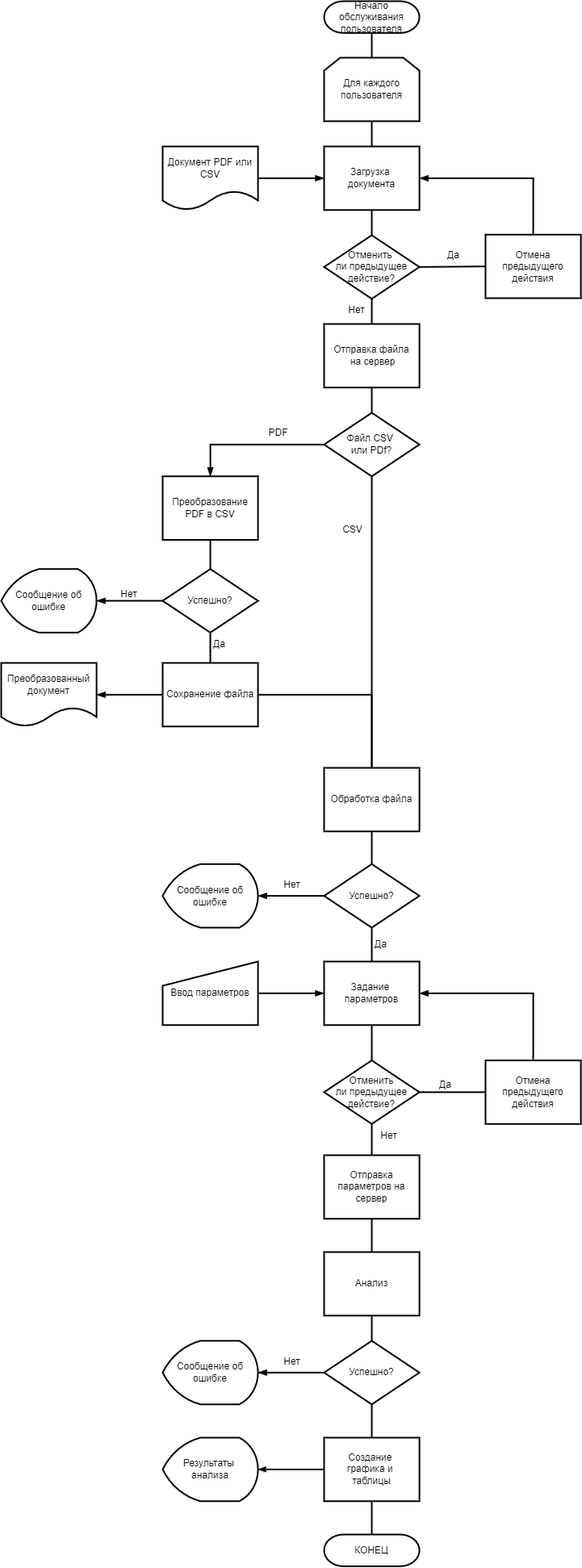
SenchaBrest/report keeps this draw.io diagram as схемы/схема_работы_системы.png. Above is the earlier version. Source tidied: cells renumbered, new cells last; positions are measured from the earlier drawing's top-left corner, leaving out a move shared by most shapes. Its diagram source:
```xml
<mxGraphModel>
  <root>
    <mxCell id="0" />
    <mxCell id="1" parent="0" />
    <mxCell id="2" style="edgeStyle=orthogonalEdgeStyle;html=1;exitX=0.5;exitY=1;exitDx=0;exitDy=0;entryX=0.5;entryY=0;entryDx=0;entryDy=0;exitPerimeter=0;endArrow=none;endFill=0;strokeWidth=2;" parent="1" edge="1" source="3" target="15">
      <mxGeometry relative="1" as="geometry" />
    </mxCell>
    <mxCell id="3" value="Начало обслуживания пользователя" style="strokeWidth=2;html=1;shape=(stored shape, 460 characters);whiteSpace=wrap;" parent="1" vertex="1">
      <mxGeometry x="400" width="118.1" height="39.4" as="geometry" />
    </mxCell>
    <mxCell id="4" style="edgeStyle=none;html=1;exitX=0.5;exitY=1;exitDx=0;exitDy=0;entryX=0.5;entryY=0;entryDx=0;entryDy=0;endArrow=none;endFill=0;strokeWidth=2;" parent="1" edge="1" source="6" target="8">
      <mxGeometry relative="1" as="geometry" />
    </mxCell>
    <mxCell id="5" style="edgeStyle=none;html=1;exitX=1;exitY=0.5;exitDx=0;exitDy=0;entryX=0;entryY=0.5;entryDx=0;entryDy=0;endArrow=none;endFill=0;strokeWidth=2;" parent="1" edge="1" source="6" target="39">
      <mxGeometry relative="1" as="geometry" />
    </mxCell>
    <mxCell id="6" value="&lt;div&gt;&lt;font color=&quot;#000000&quot;&gt;Отменить&amp;nbsp;&lt;/font&gt;&lt;/div&gt;&lt;div&gt;ли предыдущее действие&lt;span style=&quot;background-color: transparent;&quot;&gt;?&lt;/span&gt;&lt;/div&gt;" style="rhombus;whiteSpace=wrap;html=1;strokeWidth=2;" parent="1" vertex="1">
      <mxGeometry x="400" y="290" width="118.1" height="78.7" as="geometry" />
    </mxCell>
    <mxCell id="7" style="edgeStyle=none;html=1;exitX=0.5;exitY=1;exitDx=0;exitDy=0;entryX=0.5;entryY=0;entryDx=0;entryDy=0;endArrow=none;endFill=0;strokeWidth=2;" parent="1" edge="1" source="8" target="11">
      <mxGeometry relative="1" as="geometry" />
    </mxCell>
    <mxCell id="8" value="Отправка файла&lt;div&gt;&amp;nbsp;на сервер&lt;/div&gt;" style="rounded=0;whiteSpace=wrap;html=1;strokeWidth=2;" parent="1" vertex="1">
      <mxGeometry x="400" y="400" width="118.1" height="78.7" as="geometry" />
    </mxCell>
    <mxCell id="9" style="edgeStyle=orthogonalEdgeStyle;html=1;exitX=0;exitY=0.5;exitDx=0;exitDy=0;entryX=0.5;entryY=0;entryDx=0;entryDy=0;endArrow=blockThin;endFill=1;rounded=0;curved=0;strokeWidth=2;" parent="1" edge="1" source="11" target="19">
      <mxGeometry relative="1" as="geometry" />
    </mxCell>
    <mxCell id="10" style="edgeStyle=none;html=1;exitX=0.5;exitY=1;exitDx=0;exitDy=0;entryX=0.5;entryY=0;entryDx=0;entryDy=0;endArrow=none;endFill=0;strokeWidth=2;" parent="1" edge="1" source="11" target="21">
      <mxGeometry relative="1" as="geometry" />
    </mxCell>
    <mxCell id="11" value="Файл CSV&amp;nbsp;&lt;div&gt;или PDf?&lt;/div&gt;" style="rhombus;whiteSpace=wrap;html=1;strokeWidth=2;" parent="1" vertex="1">
      <mxGeometry x="400" y="510" width="118.1" height="78.7" as="geometry" />
    </mxCell>
    <mxCell id="12" style="edgeStyle=none;html=1;exitX=0.5;exitY=1;exitDx=0;exitDy=0;entryX=0.5;entryY=0;entryDx=0;entryDy=0;endArrow=none;endFill=0;strokeWidth=2;" parent="1" edge="1" source="13" target="6">
      <mxGeometry relative="1" as="geometry" />
    </mxCell>
    <mxCell id="13" value="Загрузка&amp;nbsp;&lt;div&gt;документа&lt;/div&gt;" style="rounded=0;whiteSpace=wrap;html=1;strokeWidth=2;" parent="1" vertex="1">
      <mxGeometry x="400" y="180" width="118.1" height="78.7" as="geometry" />
    </mxCell>
    <mxCell id="14" style="edgeStyle=none;html=1;exitX=0.5;exitY=1;exitDx=0;exitDy=0;entryX=0.5;entryY=0;entryDx=0;entryDy=0;endArrow=none;endFill=0;strokeWidth=2;" parent="1" edge="1" source="15" target="13">
      <mxGeometry relative="1" as="geometry" />
    </mxCell>
    <mxCell id="15" value="Для каждого пользователя" style="shape=loopLimit;whiteSpace=wrap;html=1;strokeWidth=2;" parent="1" vertex="1">
      <mxGeometry x="400" y="70" width="118.1" height="78.7" as="geometry" />
    </mxCell>
    <mxCell id="16" style="edgeStyle=none;html=1;exitX=1;exitY=0.5;exitDx=0;exitDy=0;entryX=0;entryY=0.5;entryDx=0;entryDy=0;endArrow=blockThin;endFill=1;strokeWidth=2;" parent="1" edge="1" source="17" target="13">
      <mxGeometry relative="1" as="geometry" />
    </mxCell>
    <mxCell id="17" value="Документ PDF или CSV" style="shape=document;whiteSpace=wrap;html=1;boundedLbl=1;strokeWidth=2;" parent="1" vertex="1">
      <mxGeometry x="200" y="180" width="118.1" height="78.7" as="geometry" />
    </mxCell>
    <mxCell id="18" style="edgeStyle=none;html=1;exitX=0.5;exitY=1;exitDx=0;exitDy=0;entryX=0.5;entryY=0;entryDx=0;entryDy=0;endArrow=none;endFill=0;strokeWidth=2;" parent="1" edge="1" source="19" target="52">
      <mxGeometry relative="1" as="geometry" />
    </mxCell>
    <mxCell id="19" value="Преобразование PDF в CSV" style="rounded=0;whiteSpace=wrap;html=1;strokeWidth=2;" parent="1" vertex="1">
      <mxGeometry x="200" y="588.7" width="118.1" height="78.7" as="geometry" />
    </mxCell>
    <mxCell id="20" style="edgeStyle=none;html=1;exitX=0.5;exitY=1;exitDx=0;exitDy=0;entryX=0.5;entryY=0;entryDx=0;entryDy=0;endArrow=none;endFill=0;strokeWidth=2;" parent="1" edge="1" source="21" target="26">
      <mxGeometry relative="1" as="geometry" />
    </mxCell>
    <mxCell id="21" value="Обработка файла" style="rounded=0;whiteSpace=wrap;html=1;strokeWidth=2;" parent="1" vertex="1">
      <mxGeometry x="400" y="950" width="118.1" height="78.7" as="geometry" />
    </mxCell>
    <mxCell id="22" value="Преобразованный документ" style="shape=document;whiteSpace=wrap;html=1;boundedLbl=1;strokeWidth=2;" parent="1" vertex="1">
      <mxGeometry y="820" width="118.1" height="78.7" as="geometry" />
    </mxCell>
    <mxCell id="23" style="edgeStyle=none;html=1;endArrow=blockThin;endFill=1;exitX=0;exitY=0.5;exitDx=0;exitDy=0;entryX=1;entryY=0.5;entryDx=0;entryDy=0;strokeWidth=2;" parent="1" edge="1" source="54" target="22">
      <mxGeometry relative="1" as="geometry" />
    </mxCell>
    <mxCell id="24" style="edgeStyle=none;html=1;exitX=0.5;exitY=1;exitDx=0;exitDy=0;entryX=0.5;entryY=0;entryDx=0;entryDy=0;endArrow=none;endFill=0;strokeWidth=2;" parent="1" edge="1" source="26" target="28">
      <mxGeometry relative="1" as="geometry" />
    </mxCell>
    <mxCell id="25" style="edgeStyle=none;html=1;exitX=0;exitY=0.5;exitDx=0;exitDy=0;entryX=1;entryY=0.5;entryDx=0;entryDy=0;entryPerimeter=0;endArrow=blockThin;endFill=1;strokeWidth=2;" parent="1" edge="1" source="26" target="59">
      <mxGeometry relative="1" as="geometry" />
    </mxCell>
    <mxCell id="26" value="Успешно?" style="rhombus;whiteSpace=wrap;html=1;strokeWidth=2;" parent="1" vertex="1">
      <mxGeometry x="400" y="1069.3" width="118.1" height="78.7" as="geometry" />
    </mxCell>
    <mxCell id="27" style="edgeStyle=none;html=1;exitX=0.5;exitY=1;exitDx=0;exitDy=0;entryX=0.5;entryY=0;entryDx=0;entryDy=0;endArrow=none;endFill=0;strokeWidth=2;" parent="1" edge="1" source="28" target="33">
      <mxGeometry relative="1" as="geometry" />
    </mxCell>
    <mxCell id="28" value="Задание&amp;nbsp;&lt;div&gt;параметров&lt;/div&gt;" style="rounded=0;whiteSpace=wrap;html=1;strokeWidth=2;" parent="1" vertex="1">
      <mxGeometry x="400" y="1190" width="118.1" height="78.7" as="geometry" />
    </mxCell>
    <mxCell id="29" style="edgeStyle=none;html=1;exitX=1;exitY=0.5;exitDx=0;exitDy=0;entryX=0;entryY=0.5;entryDx=0;entryDy=0;endArrow=blockThin;endFill=1;strokeWidth=2;" parent="1" edge="1" source="30" target="28">
      <mxGeometry relative="1" as="geometry" />
    </mxCell>
    <mxCell id="30" value="Ввод параметров" style="shape=manualInput;whiteSpace=wrap;html=1;strokeWidth=2;" parent="1" vertex="1">
      <mxGeometry x="200" y="1190" width="118.1" height="78.7" as="geometry" />
    </mxCell>
    <mxCell id="31" style="edgeStyle=orthogonalEdgeStyle;html=1;exitX=1;exitY=0.5;exitDx=0;exitDy=0;entryX=0;entryY=0.5;entryDx=0;entryDy=0;rounded=0;curved=0;endArrow=none;endFill=0;strokeWidth=2;" parent="1" edge="1" source="33" target="41">
      <mxGeometry relative="1" as="geometry" />
    </mxCell>
    <mxCell id="32" style="edgeStyle=none;html=1;exitX=0.5;exitY=1;exitDx=0;exitDy=0;entryX=0.5;entryY=0;entryDx=0;entryDy=0;endArrow=none;endFill=0;strokeWidth=2;" parent="1" edge="1" source="33" target="35">
      <mxGeometry relative="1" as="geometry" />
    </mxCell>
    <mxCell id="33" value="Отменить&lt;div&gt;ли предыдущее действие?&lt;/div&gt;" style="rhombus;whiteSpace=wrap;html=1;strokeWidth=2;" parent="1" vertex="1">
      <mxGeometry x="400" y="1312.5" width="118.1" height="78.7" as="geometry" />
    </mxCell>
    <mxCell id="34" style="edgeStyle=none;html=1;exitX=0.5;exitY=1;exitDx=0;exitDy=0;entryX=0.5;entryY=0;entryDx=0;entryDy=0;endArrow=none;endFill=0;strokeWidth=2;" parent="1" edge="1" source="35" target="65">
      <mxGeometry relative="1" as="geometry" />
    </mxCell>
    <mxCell id="35" value="Отправка параметров на сервер" style="rounded=0;whiteSpace=wrap;html=1;strokeWidth=2;" parent="1" vertex="1">
      <mxGeometry x="400" y="1430" width="118.1" height="78.7" as="geometry" />
    </mxCell>
    <mxCell id="36" style="edgeStyle=none;html=1;exitX=0.5;exitY=1;exitDx=0;exitDy=0;entryX=0.5;entryY=0;entryDx=0;entryDy=0;strokeWidth=2;endArrow=none;endFill=0;" parent="1" edge="1" source="37" target="44">
      <mxGeometry relative="1" as="geometry" />
    </mxCell>
    <mxCell id="37" value="Успешно?" style="rhombus;whiteSpace=wrap;html=1;strokeWidth=2;" parent="1" vertex="1">
      <mxGeometry x="400" y="1660" width="118.1" height="78.7" as="geometry" />
    </mxCell>
    <mxCell id="38" style="edgeStyle=orthogonalEdgeStyle;html=1;exitX=0.5;exitY=0;exitDx=0;exitDy=0;entryX=1;entryY=0.5;entryDx=0;entryDy=0;endArrow=blockThin;endFill=1;rounded=0;curved=0;strokeWidth=2;" parent="1" edge="1" source="39" target="13">
      <mxGeometry relative="1" as="geometry" />
    </mxCell>
    <mxCell id="39" value="Отмена&lt;div&gt;предыдущего действия&lt;/div&gt;" style="rounded=0;whiteSpace=wrap;html=1;strokeWidth=2;" parent="1" vertex="1">
      <mxGeometry x="600" y="289.3" width="118.1" height="78.7" as="geometry" />
    </mxCell>
    <mxCell id="40" style="edgeStyle=orthogonalEdgeStyle;html=1;exitX=0.5;exitY=0;exitDx=0;exitDy=0;entryX=1;entryY=0.5;entryDx=0;entryDy=0;endArrow=blockThin;endFill=1;rounded=0;curved=0;strokeWidth=2;" parent="1" edge="1" source="41" target="28">
      <mxGeometry relative="1" as="geometry" />
    </mxCell>
    <mxCell id="41" value="Отмена предыдущего действия" style="rounded=0;whiteSpace=wrap;html=1;strokeWidth=2;" parent="1" vertex="1">
      <mxGeometry x="600" y="1312.5" width="118.1" height="78.7" as="geometry" />
    </mxCell>
    <mxCell id="42" value="Результаты&amp;nbsp;&lt;div&gt;анализа&lt;/div&gt;" style="strokeWidth=2;html=1;shape=mxgraph.flowchart.display;whiteSpace=wrap;" parent="1" vertex="1">
      <mxGeometry x="200" y="1780" width="118.1" height="78.7" as="geometry" />
    </mxCell>
    <mxCell id="43" style="edgeStyle=none;html=1;exitX=0.5;exitY=1;exitDx=0;exitDy=0;entryX=0.5;entryY=0;entryDx=0;entryDy=0;entryPerimeter=0;strokeWidth=2;endArrow=none;endFill=0;" parent="1" edge="1" source="44" target="46">
      <mxGeometry relative="1" as="geometry" />
    </mxCell>
    <mxCell id="44" value="Создание&amp;nbsp;&lt;div&gt;графика&amp;nbsp;&lt;span style=&quot;background-color: transparent;&quot;&gt;и&amp;nbsp;&lt;/span&gt;&lt;/div&gt;&lt;div&gt;таблицы&lt;/div&gt;" style="rounded=0;whiteSpace=wrap;html=1;strokeWidth=2;" parent="1" vertex="1">
      <mxGeometry x="400" y="1780" width="118.1" height="78.7" as="geometry" />
    </mxCell>
    <mxCell id="45" style="edgeStyle=none;html=1;exitX=0;exitY=0.5;exitDx=0;exitDy=0;entryX=1;entryY=0.5;entryDx=0;entryDy=0;entryPerimeter=0;strokeWidth=2;endArrow=openThin;endFill=0;" parent="1" edge="1" source="44" target="42">
      <mxGeometry relative="1" as="geometry" />
    </mxCell>
    <mxCell id="46" value="КОНЕЦ" style="strokeWidth=2;html=1;shape=(stored shape, 460 characters);whiteSpace=wrap;" parent="1" vertex="1">
      <mxGeometry x="400" y="1900" width="118.1" height="39.4" as="geometry" />
    </mxCell>
    <mxCell id="47" value="Да" style="text;html=1;align=center;verticalAlign=middle;strokeColor=none;fillColor=none;strokeWidth=2;" parent="1" vertex="1">
      <mxGeometry x="540" y="300" width="40" height="30" as="geometry" />
    </mxCell>
    <mxCell id="48" value="Нет" style="text;html=1;align=center;verticalAlign=middle;strokeColor=none;fillColor=none;strokeWidth=2;" parent="1" vertex="1">
      <mxGeometry x="420" y="368" width="40" height="30" as="geometry" />
    </mxCell>
    <mxCell id="49" value="PDF" style="text;html=1;align=center;verticalAlign=middle;strokeColor=none;fillColor=none;strokeWidth=2;" parent="1" vertex="1">
      <mxGeometry x="318.1" y="520" width="50" height="30" as="geometry" />
    </mxCell>
    <mxCell id="50" value="CSV" style="text;html=1;align=center;verticalAlign=middle;strokeColor=none;fillColor=none;strokeWidth=2;" parent="1" vertex="1">
      <mxGeometry x="410" y="640" width="50" height="30" as="geometry" />
    </mxCell>
    <mxCell id="51" style="edgeStyle=none;html=1;exitX=0.5;exitY=1;exitDx=0;exitDy=0;entryX=0.5;entryY=0;entryDx=0;entryDy=0;strokeWidth=2;endArrow=none;endFill=0;" parent="1" edge="1" source="52" target="54">
      <mxGeometry relative="1" as="geometry" />
    </mxCell>
    <mxCell id="52" value="Успешно?" style="rhombus;whiteSpace=wrap;html=1;strokeWidth=2;" parent="1" vertex="1">
      <mxGeometry x="200" y="703.6" width="118.1" height="78.7" as="geometry" />
    </mxCell>
    <mxCell id="53" style="edgeStyle=orthogonalEdgeStyle;html=1;exitX=1;exitY=0.5;exitDx=0;exitDy=0;entryX=0.5;entryY=0;entryDx=0;entryDy=0;endArrow=none;endFill=0;rounded=0;curved=0;strokeWidth=2;" parent="1" edge="1" source="54" target="21">
      <mxGeometry relative="1" as="geometry" />
    </mxCell>
    <mxCell id="54" value="Сохранение файла" style="rounded=0;whiteSpace=wrap;html=1;strokeWidth=2;" parent="1" vertex="1">
      <mxGeometry x="200" y="820" width="118.1" height="78.7" as="geometry" />
    </mxCell>
    <mxCell id="55" value="Да" style="text;html=1;align=center;verticalAlign=middle;strokeColor=none;fillColor=none;strokeWidth=2;" parent="1" vertex="1">
      <mxGeometry x="250" y="782.4" width="40" height="30" as="geometry" />
    </mxCell>
    <mxCell id="56" value="Сообщение об ошибке" style="strokeWidth=2;html=1;shape=mxgraph.flowchart.display;whiteSpace=wrap;" parent="1" vertex="1">
      <mxGeometry y="703.6" width="118.1" height="78.7" as="geometry" />
    </mxCell>
    <mxCell id="57" style="edgeStyle=none;html=1;exitX=0;exitY=0.5;exitDx=0;exitDy=0;entryX=1;entryY=0.5;entryDx=0;entryDy=0;entryPerimeter=0;strokeWidth=2;endArrow=blockThin;endFill=1;" parent="1" edge="1" source="52" target="56">
      <mxGeometry relative="1" as="geometry" />
    </mxCell>
    <mxCell id="58" value="Нет" style="text;html=1;align=center;verticalAlign=middle;strokeColor=none;fillColor=none;strokeWidth=2;" parent="1" vertex="1">
      <mxGeometry x="138.1" y="720" width="40" height="30" as="geometry" />
    </mxCell>
    <mxCell id="59" value="Сообщение об ошибке" style="strokeWidth=2;html=1;shape=mxgraph.flowchart.display;whiteSpace=wrap;" parent="1" vertex="1">
      <mxGeometry x="200" y="1069.3" width="118.1" height="78.7" as="geometry" />
    </mxCell>
    <mxCell id="60" value="Нет" style="text;html=1;align=center;verticalAlign=middle;strokeColor=none;fillColor=none;strokeWidth=2;" parent="1" vertex="1">
      <mxGeometry x="340" y="1080" width="40" height="30" as="geometry" />
    </mxCell>
    <mxCell id="61" value="Да" style="text;html=1;align=center;verticalAlign=middle;strokeColor=none;fillColor=none;strokeWidth=2;" parent="1" vertex="1">
      <mxGeometry x="450" y="1154" width="40" height="30" as="geometry" />
    </mxCell>
    <mxCell id="62" value="Да" style="text;html=1;align=center;verticalAlign=middle;strokeColor=none;fillColor=none;strokeWidth=2;" parent="1" vertex="1">
      <mxGeometry x="530" y="1328" width="40" height="30" as="geometry" />
    </mxCell>
    <mxCell id="63" value="Нет" style="text;html=1;align=center;verticalAlign=middle;strokeColor=none;fillColor=none;strokeWidth=2;" parent="1" vertex="1">
      <mxGeometry x="460" y="1391.3" width="40" height="30" as="geometry" />
    </mxCell>
    <mxCell id="64" style="edgeStyle=none;html=1;exitX=0.5;exitY=1;exitDx=0;exitDy=0;entryX=0.5;entryY=0;entryDx=0;entryDy=0;endArrow=none;endFill=0;strokeWidth=2;" parent="1" edge="1" source="65" target="37">
      <mxGeometry relative="1" as="geometry" />
    </mxCell>
    <mxCell id="65" value="Анализ" style="rounded=0;whiteSpace=wrap;html=1;strokeWidth=2;" parent="1" vertex="1">
      <mxGeometry x="400" y="1550" width="118.1" height="78.7" as="geometry" />
    </mxCell>
    <mxCell id="66" style="edgeStyle=none;html=1;exitX=0;exitY=0.5;exitDx=0;exitDy=0;entryX=1;entryY=0.5;entryDx=0;entryDy=0;entryPerimeter=0;endArrow=blockThin;endFill=1;strokeWidth=2;" parent="1" edge="1" source="37" target="67">
      <mxGeometry relative="1" as="geometry" />
    </mxCell>
    <mxCell id="67" value="Сообщение об ошибке" style="strokeWidth=2;html=1;shape=mxgraph.flowchart.display;whiteSpace=wrap;" parent="1" vertex="1">
      <mxGeometry x="200" y="1660" width="118.1" height="78.7" as="geometry" />
    </mxCell>
    <mxCell id="68" value="Нет" style="text;html=1;align=center;verticalAlign=middle;strokeColor=none;fillColor=none;strokeWidth=2;" parent="1" vertex="1">
      <mxGeometry x="340" y="1670.7" width="40" height="30" as="geometry" />
    </mxCell>
  </root>
</mxGraphModel>
```
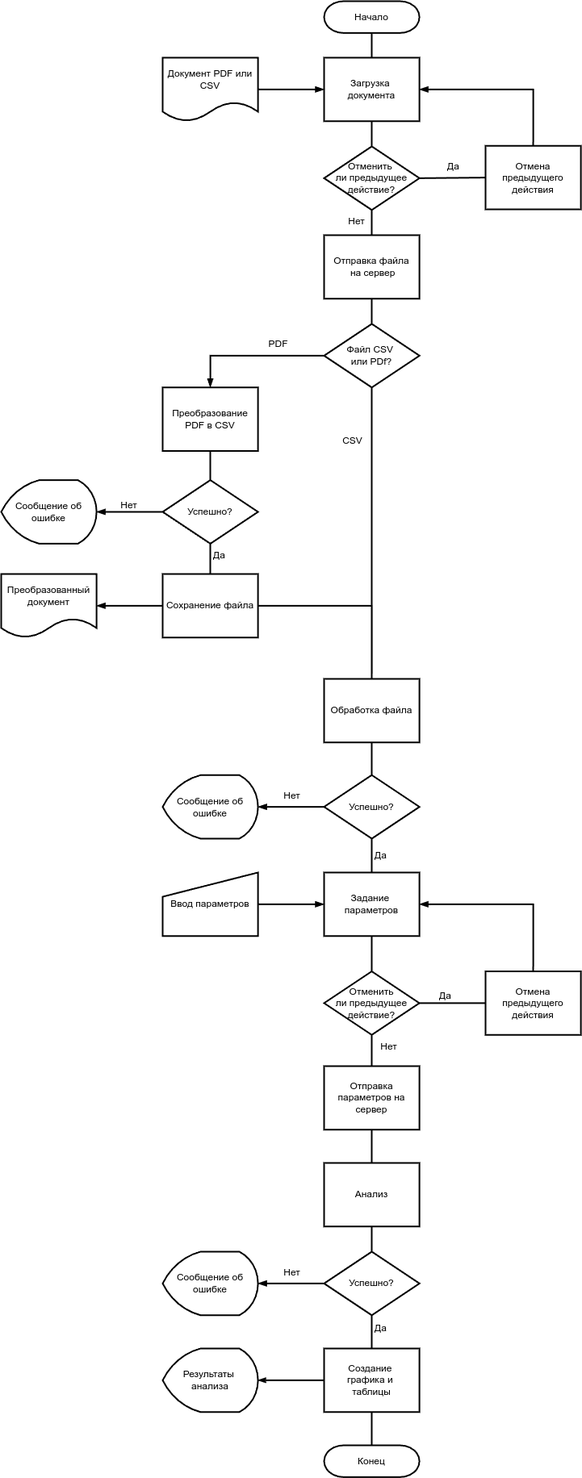
The same diagram one commit later.

Change to the diagram source:
```diff
@@ -2,11 +2,11 @@
   <root>
     <mxCell id="0" />
     <mxCell id="1" parent="0" />
-    <mxCell id="2" style="edgeStyle=orthogonalEdgeStyle;html=1;exitX=0.5;exitY=1;exitDx=0;exitDy=0;entryX=0.5;entryY=0;entryDx=0;entryDy=0;exitPerimeter=0;endArrow=none;endFill=0;strokeWidth=2;" parent="1" edge="1" source="3" target="15">
+    <mxCell id="2" style="edgeStyle=orthogonalEdgeStyle;html=1;exitX=0.5;exitY=1;exitDx=0;exitDy=0;entryX=0.5;entryY=0;entryDx=0;entryDy=0;exitPerimeter=0;endArrow=none;endFill=0;strokeWidth=2;" parent="1" edge="1" source="3" target="13">
       <mxGeometry relative="1" as="geometry" />
     </mxCell>
-    <mxCell id="3" value="Начало обслуживания пользователя" style="strokeWidth=2;html=1;shape=(stored shape, 460 characters);whiteSpace=wrap;" parent="1" vertex="1">
-      <mxGeometry x="400" width="118.1" height="39.4" as="geometry" />
+    <mxCell id="3" value="Начало" style="strokeWidth=2;html=1;shape=(stored shape, 460 characters);whiteSpace=wrap;" parent="1" vertex="1">
+      <mxGeometry x="400" y="110" width="118.1" height="39.4" as="geometry" />
     </mxCell>
     <mxCell id="4" style="edgeStyle=none;html=1;exitX=0.5;exitY=1;exitDx=0;exitDy=0;entryX=0.5;entryY=0;entryDx=0;entryDy=0;endArrow=none;endFill=0;strokeWidth=2;" parent="1" edge="1" source="6" target="8">
       <mxGeometry relative="1" as="geometry" />
@@ -38,12 +38,6 @@
     <mxCell id="13" value="Загрузка&amp;nbsp;&lt;div&gt;документа&lt;/div&gt;" style="rounded=0;whiteSpace=wrap;html=1;strokeWidth=2;" parent="1" vertex="1">
       <mxGeometry x="400" y="180" width="118.1" height="78.7" as="geometry" />
     </mxCell>
-    <mxCell id="14" style="edgeStyle=none;html=1;exitX=0.5;exitY=1;exitDx=0;exitDy=0;entryX=0.5;entryY=0;entryDx=0;entryDy=0;endArrow=none;endFill=0;strokeWidth=2;" parent="1" edge="1" source="15" target="13">
-      <mxGeometry relative="1" as="geometry" />
-    </mxCell>
-    <mxCell id="15" value="Для каждого пользователя" style="shape=loopLimit;whiteSpace=wrap;html=1;strokeWidth=2;" parent="1" vertex="1">
-      <mxGeometry x="400" y="70" width="118.1" height="78.7" as="geometry" />
-    </mxCell>
     <mxCell id="16" style="edgeStyle=none;html=1;exitX=1;exitY=0.5;exitDx=0;exitDy=0;entryX=0;entryY=0.5;entryDx=0;entryDy=0;endArrow=blockThin;endFill=1;strokeWidth=2;" parent="1" edge="1" source="17" target="13">
       <mxGeometry relative="1" as="geometry" />
     </mxCell>
@@ -134,7 +128,7 @@
     <mxCell id="45" style="edgeStyle=none;html=1;exitX=0;exitY=0.5;exitDx=0;exitDy=0;entryX=1;entryY=0.5;entryDx=0;entryDy=0;entryPerimeter=0;strokeWidth=2;endArrow=openThin;endFill=0;" parent="1" edge="1" source="44" target="42">
       <mxGeometry relative="1" as="geometry" />
     </mxCell>
-    <mxCell id="46" value="КОНЕЦ" style="strokeWidth=2;html=1;shape=(stored shape, 460 characters);whiteSpace=wrap;" parent="1" vertex="1">
+    <mxCell id="46" value="Конец" style="strokeWidth=2;html=1;shape=(stored shape, 460 characters);whiteSpace=wrap;" parent="1" vertex="1">
       <mxGeometry x="400" y="1900" width="118.1" height="39.4" as="geometry" />
     </mxCell>
     <mxCell id="47" value="Да" style="text;html=1;align=center;verticalAlign=middle;strokeColor=none;fillColor=none;strokeWidth=2;" parent="1" vertex="1">
@@ -203,5 +197,8 @@
     <mxCell id="68" value="Нет" style="text;html=1;align=center;verticalAlign=middle;strokeColor=none;fillColor=none;strokeWidth=2;" parent="1" vertex="1">
       <mxGeometry x="340" y="1670.7" width="40" height="30" as="geometry" />
     </mxCell>
+    <mxCell id="69" value="Да" style="text;html=1;align=center;verticalAlign=middle;strokeColor=none;fillColor=none;" parent="1" vertex="1">
+      <mxGeometry x="450" y="1740" width="40" height="30" as="geometry" />
+    </mxCell>
   </root>
 </mxGraphModel>
```
